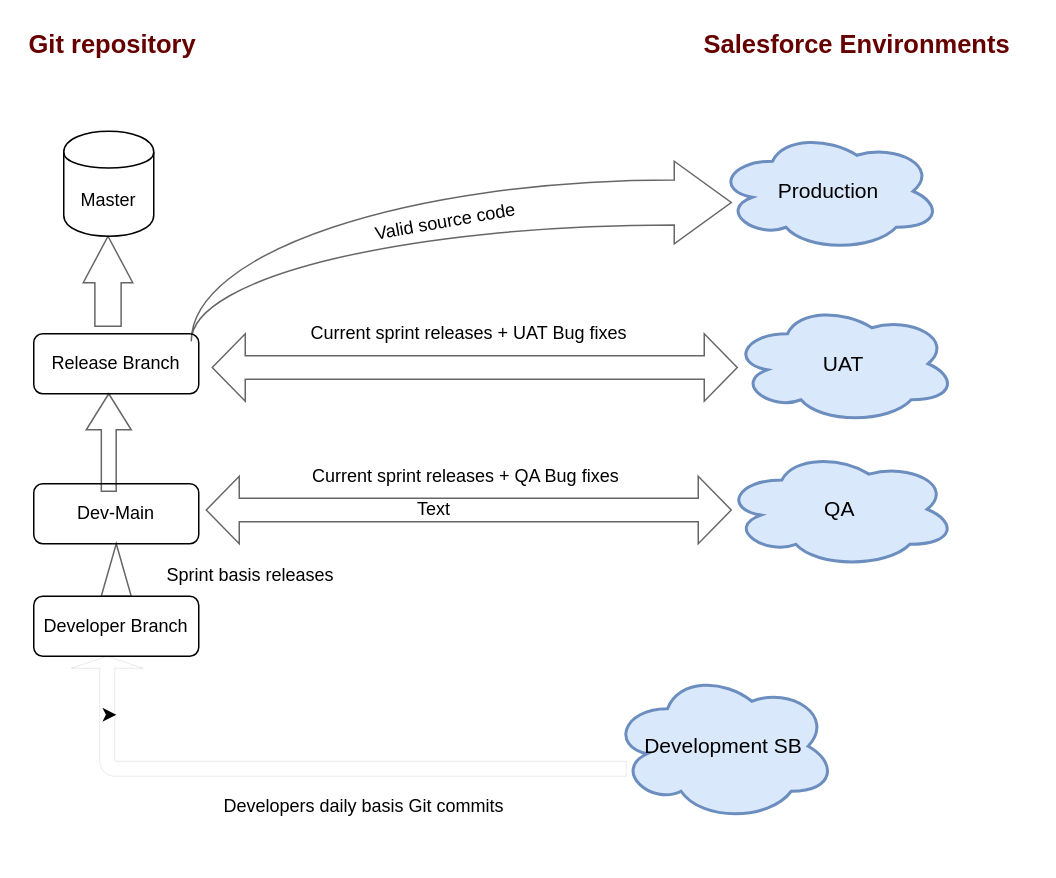
This is config/PLM.drawio from RatnaKumarMukiri/WILEY-PLM, a draw.io file, before an edit. Source tidied: cells renumbered, new cells numbered last; positions are measured from the earlier drawing's top-left corner, leaving out a move shared by most shapes. Both pictures are drawn from the tidied source at 150%, with x=0, y=0 at pixel (26, 26).
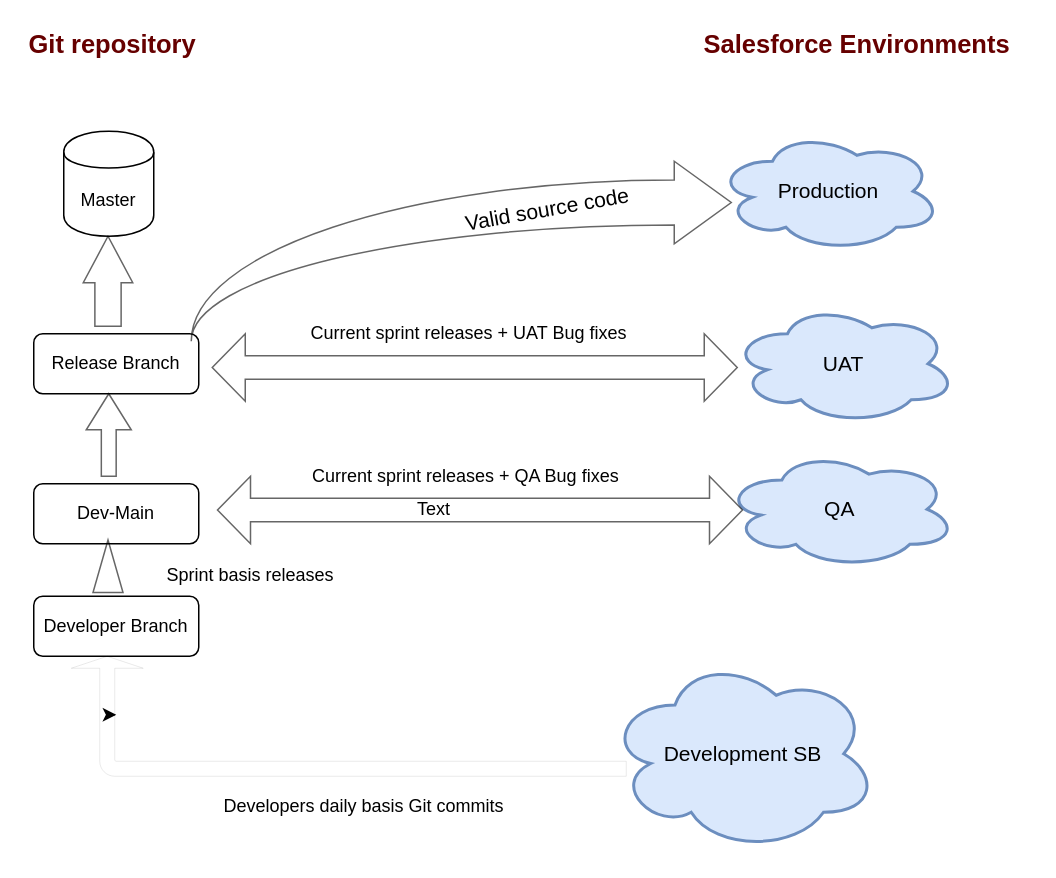
Above is the later version.

The edit, as a diff of the source:
```diff
@@
     <mxCell id="10" value="Development SB" style="ellipse;shape=cloud;strokeWidth=2;fontSize=14;whiteSpace=wrap;html=1;align=center;fillColor=#dae8fc;strokeColor=#6c8ebf;" parent="1" vertex="1">
-      <mxGeometry x="390" y="430" width="150" height="100" as="geometry" />
+      <mxGeometry x="387.5" y="420" width="180" height="130" as="geometry" />
     </mxCell>
@@
     <mxCell id="15" style="html=1;shadow=0;dashed=0;align=center;verticalAlign=middle;shape=mxgraph.arrows2.arrow;dy=0.6;dx=40;direction=north;notch=0;rounded=0;strokeWidth=1;fillColor=none;opacity=60;" parent="1" vertex="1">
-      <mxGeometry x="50" y="345" width="20" height="35" as="geometry" />
+      <mxGeometry x="44.5" y="342.5" width="20" height="35" as="geometry" />
     </mxCell>
@@
     <mxCell id="18" style="html=1;shadow=0;dashed=0;align=center;verticalAlign=middle;shape=mxgraph.arrows2.twoWayArrow;dy=0.65;dx=22;rounded=0;strokeWidth=1;fillColor=none;opacity=60;" parent="1" vertex="1">
-      <mxGeometry x="120" y="300" width="350" height="45" as="geometry" />
+      <mxGeometry x="127.5" y="300" width="350" height="45" as="geometry" />
     </mxCell>
@@
     <mxCell id="20" style="html=1;shadow=0;dashed=0;align=center;verticalAlign=middle;shape=mxgraph.arrows2.arrow;dy=0.67;dx=24;direction=north;notch=0;rounded=0;strokeWidth=1;fillColor=none;opacity=60;" parent="1" vertex="1">
-      <mxGeometry x="40" y="245" width="30" height="65" as="geometry" />
+      <mxGeometry x="40" y="245" width="30" height="55" as="geometry" />
     </mxCell>
@@
-    <mxCell id="24" value="Valid source code" style="text;html=1;align=left;verticalAlign=top;spacingTop=-4;rotation=-10;" parent="1" vertex="1">
-      <mxGeometry x="230" y="120" width="110" height="20" as="geometry" />
+    <mxCell id="24" value="&lt;font style=&quot;font-size: 14px&quot;&gt;Valid source code&lt;/font&gt;" style="text;html=1;align=left;verticalAlign=top;spacingTop=-4;rotation=-10;" parent="1" vertex="1">
+      <mxGeometry x="290" y="110" width="130" height="20" as="geometry" />
     </mxCell>
```
